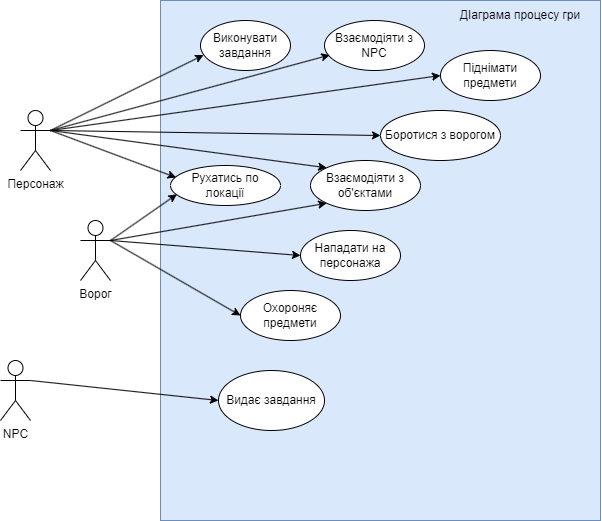
liketaurus/SE-practice-template keeps this draw.io diagram as docs/1.Envisioning/assets/ДіаграмаПрецедентів.png. Above is the earlier version. Source tidied: cells renumbered, new cells last; positions are measured from the earlier drawing's top-left corner, leaving out a move shared by most shapes.
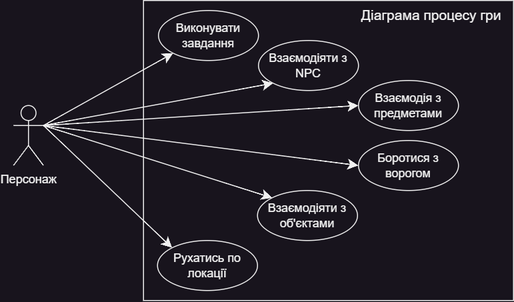
The same diagram one commit later.

Commit message:
Змінена діаграма прецедентів

The edit, as a diff of the source:
```diff
@@ -2,86 +2,50 @@
   <root>
     <mxCell id="0" />
     <mxCell id="1" parent="0" />
+    <mxCell id="27" style="rounded=0;whiteSpace=wrap;html=1;labelBackgroundColor=none;" parent="1" vertex="1">
+      <mxGeometry x="240" y="50" width="370" height="300" as="geometry" />
+    </mxCell>
+    <mxCell id="26" value="Ді&lt;span style=&quot;background-color: initial;&quot;&gt;аграма процесу гри&lt;/span&gt;" style="text;html=1;align=right;verticalAlign=middle;whiteSpace=wrap;rounded=0;fontSize=14;labelBackgroundColor=none;" parent="1" vertex="1">
+      <mxGeometry x="440" y="50" width="160" height="30" as="geometry" />
+    </mxCell>
+    <mxCell id="9" style="edgeStyle=none;curved=1;rounded=0;jettySize=auto;html=1;exitX=1;exitY=0.3333333333333333;exitDx=0;exitDy=0;exitPerimeter=0;entryX=0;entryY=1;entryDx=0;entryDy=0;fontSize=12;startSize=8;endSize=8;labelBackgroundColor=none;fontColor=default;" parent="1" edge="1" source="2" target="8">
+      <mxGeometry relative="1" as="geometry" />
+    </mxCell>
+    <mxCell id="28" style="edgeStyle=none;curved=1;rounded=0;jettySize=auto;html=1;exitX=1;exitY=0.3333333333333333;exitDx=0;exitDy=0;exitPerimeter=0;entryX=0;entryY=1;entryDx=0;entryDy=0;fontSize=12;startSize=8;endSize=8;labelBackgroundColor=none;fontColor=default;" parent="1" edge="1" source="2" target="6">
+      <mxGeometry relative="1" as="geometry" />
+    </mxCell>
+    <mxCell id="29" style="edgeStyle=none;curved=1;rounded=0;jettySize=auto;html=1;exitX=1;exitY=0.3333333333333333;exitDx=0;exitDy=0;exitPerimeter=0;entryX=0;entryY=0.5;entryDx=0;entryDy=0;fontSize=12;startSize=8;endSize=8;labelBackgroundColor=none;fontColor=default;" parent="1" edge="1" source="2" target="32">
+      <mxGeometry relative="1" as="geometry" />
+    </mxCell>
+    <mxCell id="30" style="edgeStyle=none;curved=1;rounded=0;jettySize=auto;html=1;exitX=1;exitY=0.3333333333333333;exitDx=0;exitDy=0;exitPerimeter=0;entryX=0;entryY=0.5;entryDx=0;entryDy=0;fontSize=12;startSize=8;endSize=8;labelBackgroundColor=none;fontColor=default;" parent="1" edge="1" source="2" target="10">
+      <mxGeometry relative="1" as="geometry" />
+    </mxCell>
+    <mxCell id="21" style="edgeStyle=none;curved=1;rounded=0;jettySize=auto;html=1;exitX=1;exitY=0.3333333333333333;exitDx=0;exitDy=0;exitPerimeter=0;entryX=0;entryY=0;entryDx=0;entryDy=0;fontSize=12;startSize=8;endSize=8;labelBackgroundColor=none;fontColor=default;" parent="1" edge="1" source="2" target="20">
+      <mxGeometry relative="1" as="geometry" />
+    </mxCell>
+    <mxCell id="31" style="edgeStyle=none;curved=1;rounded=0;jettySize=auto;html=1;exitX=1;exitY=0.3333333333333333;exitDx=0;exitDy=0;exitPerimeter=0;entryX=0;entryY=0;entryDx=0;entryDy=0;fontSize=12;startSize=8;endSize=8;labelBackgroundColor=none;fontColor=default;" parent="1" edge="1" source="2" target="4">
+      <mxGeometry relative="1" as="geometry" />
+    </mxCell>
-    <mxCell id="2" value="Персонаж&lt;div&gt;&lt;br&gt;&lt;/div&gt;" style="shape=umlActor;verticalLabelPosition=bottom;verticalAlign=top;html=1;outlineConnect=0;" parent="1" vertex="1">
-      <mxGeometry x="20" y="110" width="30" height="60" as="geometry" />
+    <mxCell id="2" value="Персонаж&lt;div&gt;&lt;br&gt;&lt;/div&gt;" style="shape=umlActor;verticalLabelPosition=bottom;verticalAlign=top;html=1;outlineConnect=0;labelBackgroundColor=none;" parent="1" vertex="1">
+      <mxGeometry x="110" y="155" width="30" height="60" as="geometry" />
     </mxCell>
-    <mxCell id="3" style="rounded=0;whiteSpace=wrap;html=1;fillColor=#dae8fc;strokeColor=#6c8ebf;" parent="1" vertex="1">
-      <mxGeometry x="160" width="440" height="520" as="geometry" />
-    </mxCell>
+    <mxCell id="8" value="Виконувати завдання" style="ellipse;whiteSpace=wrap;html=1;labelBackgroundColor=none;" parent="1" vertex="1">
+      <mxGeometry x="255" y="60" width="100" height="50" as="geometry" />
+    </mxCell>
+    <mxCell id="6" value="Взаємодіяти з NPC" style="ellipse;whiteSpace=wrap;html=1;labelBackgroundColor=none;" parent="1" vertex="1">
+      <mxGeometry x="355" y="90" width="100" height="50" as="geometry" />
+    </mxCell>
+    <mxCell id="32" value="Взаємодія з предметами" style="ellipse;whiteSpace=wrap;html=1;labelBackgroundColor=none;" parent="1" vertex="1">
+      <mxGeometry x="455" y="130" width="100" height="50" as="geometry" />
+    </mxCell>
+    <mxCell id="10" value="Боротися з ворогом" style="ellipse;whiteSpace=wrap;html=1;labelBackgroundColor=none;" parent="1" vertex="1">
+      <mxGeometry x="455" y="190" width="100" height="50" as="geometry" />
+    </mxCell>
+    <mxCell id="20" value="Взаємодіяти з об'єктами" style="ellipse;whiteSpace=wrap;html=1;labelBackgroundColor=none;" parent="1" vertex="1">
+      <mxGeometry x="354" y="240" width="100" height="50" as="geometry" />
+    </mxCell>
-    <mxCell id="4" value="Рухатись по локації" style="ellipse;whiteSpace=wrap;html=1;" parent="1" vertex="1">
-      <mxGeometry x="170" y="165" width="110" height="40" as="geometry" />
+    <mxCell id="4" value="Рухатись по локації" style="ellipse;whiteSpace=wrap;html=1;labelBackgroundColor=none;" parent="1" vertex="1">
+      <mxGeometry x="254" y="290" width="100" height="50" as="geometry" />
     </mxCell>
-    <mxCell id="5" style="rounded=0;jettySize=auto;html=1;entryX=0.051;entryY=0.3;entryDx=0;entryDy=0;entryPerimeter=0;" parent="1" edge="1" target="4">
-      <mxGeometry relative="1" as="geometry">
-        <mxPoint x="50" y="130" as="sourcePoint" />
-      </mxGeometry>
-    </mxCell>
-    <mxCell id="6" value="Взаємодіяти з NPC" style="ellipse;whiteSpace=wrap;html=1;" parent="1" vertex="1">
-      <mxGeometry x="324" y="20" width="100" height="50" as="geometry" />
-    </mxCell>
-    <mxCell id="7" style="rounded=0;jettySize=auto;html=1;entryX=0.052;entryY=0.691;entryDx=0;entryDy=0;entryPerimeter=0;" parent="1" edge="1" target="6">
-      <mxGeometry relative="1" as="geometry">
-        <mxPoint x="50" y="130" as="sourcePoint" />
-      </mxGeometry>
-    </mxCell>
-    <mxCell id="8" value="Виконувати завдання" style="ellipse;whiteSpace=wrap;html=1;" parent="1" vertex="1">
-      <mxGeometry x="200" y="20" width="90" height="50" as="geometry" />
-    </mxCell>
-    <mxCell id="9" style="rounded=0;jettySize=auto;html=1;entryX=0.034;entryY=0.691;entryDx=0;entryDy=0;entryPerimeter=0;exitX=1;exitY=0.3333333333333333;exitDx=0;exitDy=0;exitPerimeter=0;" parent="1" edge="1" source="2" target="8">
-      <mxGeometry relative="1" as="geometry" />
-    </mxCell>
-    <mxCell id="10" value="Боротися з ворогом" style="ellipse;whiteSpace=wrap;html=1;" parent="1" vertex="1">
-      <mxGeometry x="380" y="110" width="120" height="50" as="geometry" />
-    </mxCell>
-    <mxCell id="11" style="rounded=0;jettySize=auto;html=1;entryX=0;entryY=0.5;entryDx=0;entryDy=0;" parent="1" edge="1" target="10">
-      <mxGeometry relative="1" as="geometry">
-        <mxPoint x="50" y="130" as="sourcePoint" />
-      </mxGeometry>
-    </mxCell>
-    <mxCell id="12" style="rounded=0;jettySize=auto;html=1;exitX=1;exitY=0.3333333333333333;exitDx=0;exitDy=0;exitPerimeter=0;entryX=0;entryY=0.5;entryDx=0;entryDy=0;" parent="1" edge="1" source="15" target="16">
-      <mxGeometry relative="1" as="geometry" />
-    </mxCell>
-    <mxCell id="13" style="rounded=0;jettySize=auto;html=1;exitX=1;exitY=0.3333333333333333;exitDx=0;exitDy=0;exitPerimeter=0;entryX=0.058;entryY=0.72;entryDx=0;entryDy=0;entryPerimeter=0;" parent="1" edge="1" source="15" target="4">
-      <mxGeometry relative="1" as="geometry" />
-    </mxCell>
-    <mxCell id="14" style="rounded=0;jettySize=auto;html=1;exitX=1;exitY=0.3333333333333333;exitDx=0;exitDy=0;exitPerimeter=0;entryX=0;entryY=0.5;entryDx=0;entryDy=0;" parent="1" edge="1" source="15" target="19">
-      <mxGeometry relative="1" as="geometry" />
-    </mxCell>
-    <mxCell id="15" value="Ворог" style="shape=umlActor;verticalLabelPosition=bottom;verticalAlign=top;html=1;outlineConnect=0;" parent="1" vertex="1">
-      <mxGeometry x="80" y="220" width="30" height="60" as="geometry" />
-    </mxCell>
-    <mxCell id="16" value="Нападати на персонажа" style="ellipse;whiteSpace=wrap;html=1;" parent="1" vertex="1">
-      <mxGeometry x="300" y="230" width="100" height="50" as="geometry" />
-    </mxCell>
-    <mxCell id="17" value="Піднімати предмети" style="ellipse;whiteSpace=wrap;html=1;" parent="1" vertex="1">
-      <mxGeometry x="440" y="50" width="100" height="50" as="geometry" />
-    </mxCell>
-    <mxCell id="18" style="rounded=0;jettySize=auto;html=1;entryX=0;entryY=0.5;entryDx=0;entryDy=0;exitX=1;exitY=0.3333333333333333;exitDx=0;exitDy=0;exitPerimeter=0;" parent="1" edge="1" source="2" target="17">
-      <mxGeometry relative="1" as="geometry" />
-    </mxCell>
-    <mxCell id="19" value="Охороняє предмети" style="ellipse;whiteSpace=wrap;html=1;" parent="1" vertex="1">
-      <mxGeometry x="240" y="290" width="100" height="50" as="geometry" />
-    </mxCell>
-    <mxCell id="20" value="Взаємодіяти з об'єктами" style="ellipse;whiteSpace=wrap;html=1;" parent="1" vertex="1">
-      <mxGeometry x="310" y="160" width="110" height="50" as="geometry" />
-    </mxCell>
-    <mxCell id="21" style="rounded=0;jettySize=auto;html=1;entryX=0;entryY=0;entryDx=0;entryDy=0;exitX=1;exitY=0.3333333333333333;exitDx=0;exitDy=0;exitPerimeter=0;" parent="1" edge="1" source="2" target="20">
-      <mxGeometry relative="1" as="geometry" />
-    </mxCell>
-    <mxCell id="22" style="rounded=0;jettySize=auto;html=1;exitX=1;exitY=0.3333333333333333;exitDx=0;exitDy=0;exitPerimeter=0;entryX=0;entryY=1;entryDx=0;entryDy=0;" parent="1" edge="1" source="15" target="20">
-      <mxGeometry relative="1" as="geometry" />
-    </mxCell>
-    <mxCell id="23" style="rounded=0;jettySize=auto;html=1;exitX=1;exitY=0.3333333333333333;exitDx=0;exitDy=0;exitPerimeter=0;entryX=0;entryY=0.5;entryDx=0;entryDy=0;" parent="1" edge="1" source="24" target="25">
-      <mxGeometry relative="1" as="geometry" />
-    </mxCell>
-    <mxCell id="24" value="NPC" style="shape=umlActor;verticalLabelPosition=bottom;verticalAlign=top;html=1;outlineConnect=0;" parent="1" vertex="1">
-      <mxGeometry y="360" width="30" height="60" as="geometry" />
-    </mxCell>
-    <mxCell id="25" value="Видає завдання" style="ellipse;whiteSpace=wrap;html=1;" parent="1" vertex="1">
-      <mxGeometry x="218" y="370" width="106" height="60" as="geometry" />
-    </mxCell>
-    <mxCell id="26" value="ДІаграма процесу гри" style="text;html=1;align=center;verticalAlign=middle;whiteSpace=wrap;rounded=0;" parent="1" vertex="1">
-      <mxGeometry x="440" width="160" height="30" as="geometry" />
-    </mxCell>
   </root>
 </mxGraphModel>
```
